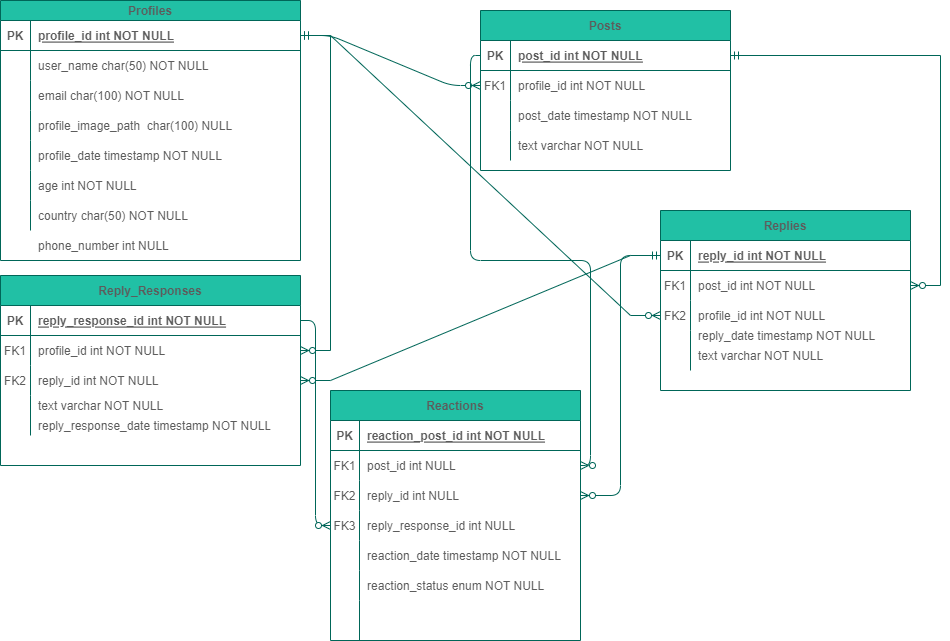
Earlier version of the draw.io export database.drawio.png (Mohammed-ALmasry/ERD_databases). Source tidied: cells renumbered, new cells last; positions are measured from the earlier drawing's top-left corner, leaving out a move shared by most shapes.
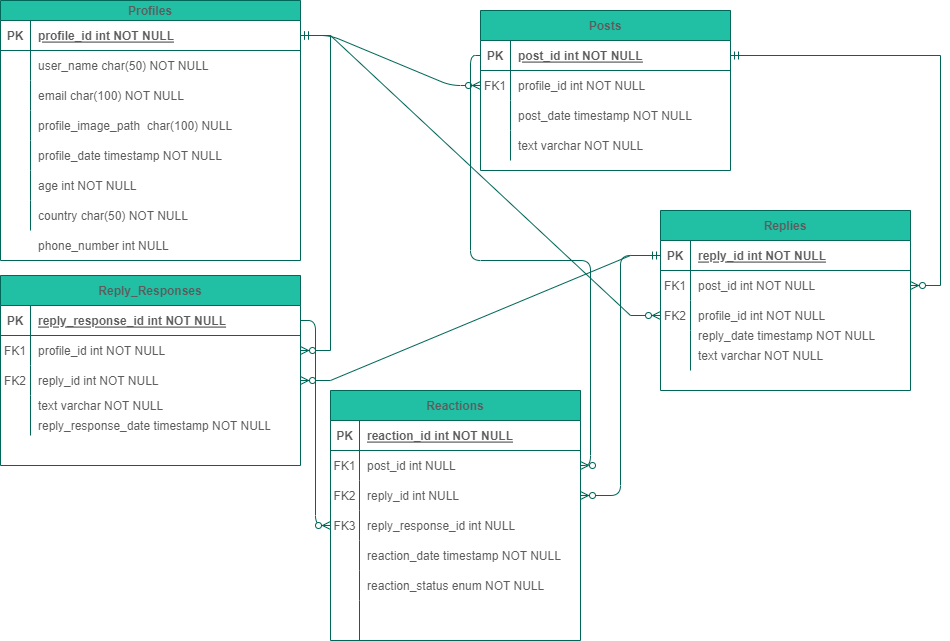
Above is the later version.

What changed in the source:
```diff
@@ -233,7 +233,7 @@
     <mxCell id="78" value="PK" style="shape=partialRectangle;overflow=hidden;fillColor=none;top=0;left=0;bottom=0;right=0;fontStyle=1;strokeColor=#006658;fontColor=#5C5C5C;" parent="77" vertex="1">
       <mxGeometry width="29" height="30" as="geometry" />
     </mxCell>
-    <mxCell id="79" value="reaction_post_id int NOT NULL " style="shape=partialRectangle;overflow=hidden;fillColor=none;top=0;left=0;bottom=0;right=0;align=left;spacingLeft=6;fontStyle=5;strokeColor=#006658;fontColor=#5C5C5C;" parent="77" vertex="1">
+    <mxCell id="79" value="reaction_id int NOT NULL " style="shape=partialRectangle;overflow=hidden;fillColor=none;top=0;left=0;bottom=0;right=0;align=left;spacingLeft=6;fontStyle=5;strokeColor=#006658;fontColor=#5C5C5C;" parent="77" vertex="1">
       <mxGeometry x="29" width="221" height="30" as="geometry" />
     </mxCell>
     <mxCell id="80" style="shape=partialRectangle;fillColor=none;points=[[0,0.5],[1,0.5]];portConstraint=eastwest;top=0;left=0;right=0;bottom=0;strokeColor=#006658;fontColor=#5C5C5C;" parent="76" vertex="1">
```
